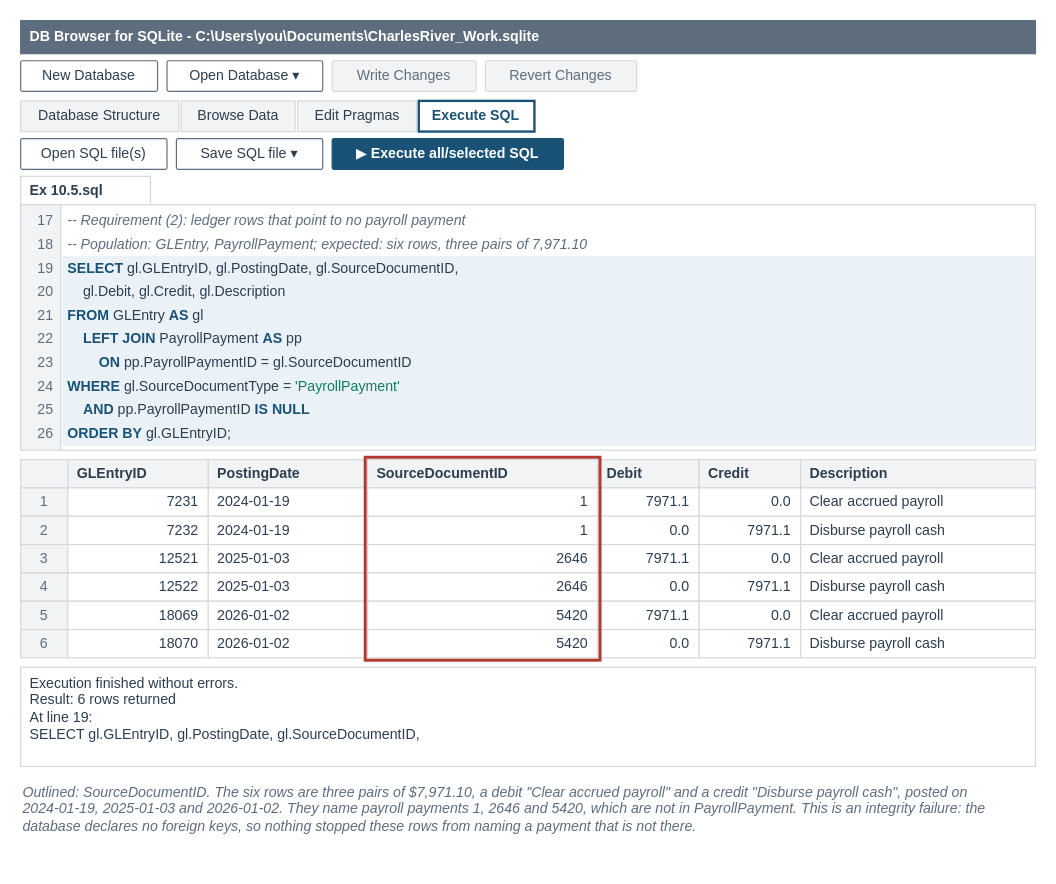
Above: facts/instructor/figures/chapter-10-joining-and-summarizing/IF-10-5-A.drawio in mmcodesso/Accounting_Analytics_Book (draw.io), before the change. Source tidied: cells renumbered, new cells numbered last; positions are measured from the earlier drawing's top-left corner, leaving out a move shared by most shapes. Both pictures are drawn from the tidied source at 118%, with x=0, y=0 at pixel (20, 20).
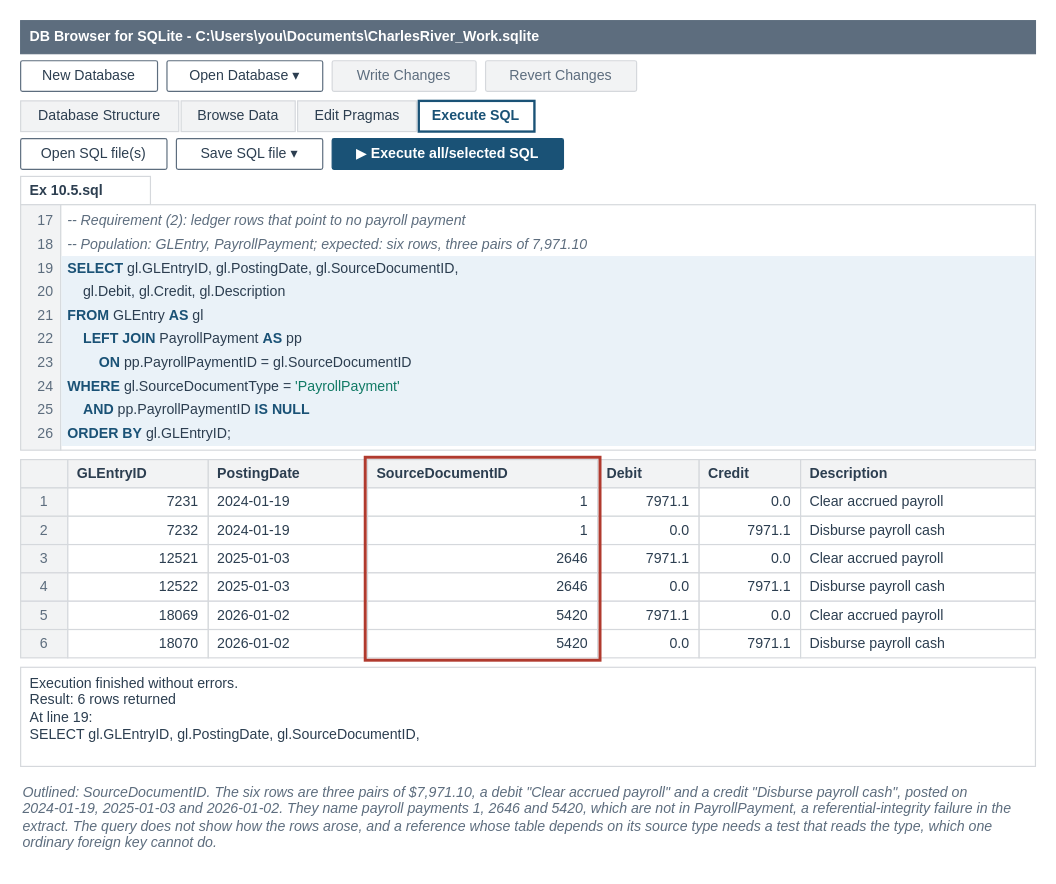
Above is the later version.

What changed in the source:
```diff
@@
     <mxCell id="2" style="rounded=0;html=1;fillColor=none;strokeColor=none;" parent="1" vertex="1">
-      <mxGeometry width="860" height="699" as="geometry" />
+      <mxGeometry width="860" height="714" as="geometry" />
     </mxCell>
@@
-    <mxCell id="89" value="&lt;i&gt;Outlined: SourceDocumentID. The six rows are three pairs of $7,971.10, a debit &quot;Clear accrued payroll&quot; and a credit &quot;Disburse payroll cash&quot;, posted on &lt;span style=&quot;white-space:nowrap&quot;&gt;2024-01-19&lt;/span&gt;, &lt;span style=&quot;white-space:nowrap&quot;&gt;2025-01-03&lt;/span&gt; and &lt;span style=&quot;white-space:nowrap&quot;&gt;2026-01-02&lt;/span&gt;. They name payroll payments 1, 2646 and 5420, which are not in PayrollPayment. This is an integrity failure: the database declares no foreign keys, so nothing stopped these rows from naming a payment that is not there.&lt;/i&gt;" style="text;html=1;whiteSpace=wrap;align=left;verticalAlign=top;fontSize=12;fontColor=#5D6D7E;fontStyle=0;fontFamily=Helvetica;spacing=2;fillColor=none;strokeColor=none;" parent="1" vertex="1">
-      <mxGeometry y="640" width="860" height="57" as="geometry" />
+    <mxCell id="89" value="&lt;i&gt;Outlined: SourceDocumentID. The six rows are three pairs of $7,971.10, a debit &quot;Clear accrued payroll&quot; and a credit &quot;Disburse payroll cash&quot;, posted on &lt;span style=&quot;white-space:nowrap&quot;&gt;2024-01-19&lt;/span&gt;, &lt;span style=&quot;white-space:nowrap&quot;&gt;2025-01-03&lt;/span&gt; and &lt;span style=&quot;white-space:nowrap&quot;&gt;2026-01-02&lt;/span&gt;. They name payroll payments 1, 2646 and 5420, which are not in PayrollPayment, a referential-integrity failure in the extract. The query does not show how the rows arose, and a reference whose table depends on its source type needs a test that reads the type, which one ordinary foreign key cannot do.&lt;/i&gt;" style="text;html=1;whiteSpace=wrap;align=left;verticalAlign=top;fontSize=12;fontColor=#5D6D7E;fontStyle=0;fontFamily=Helvetica;spacing=2;fillColor=none;strokeColor=none;" parent="1" vertex="1">
+      <mxGeometry y="640" width="860" height="72" as="geometry" />
     </mxCell>
```
